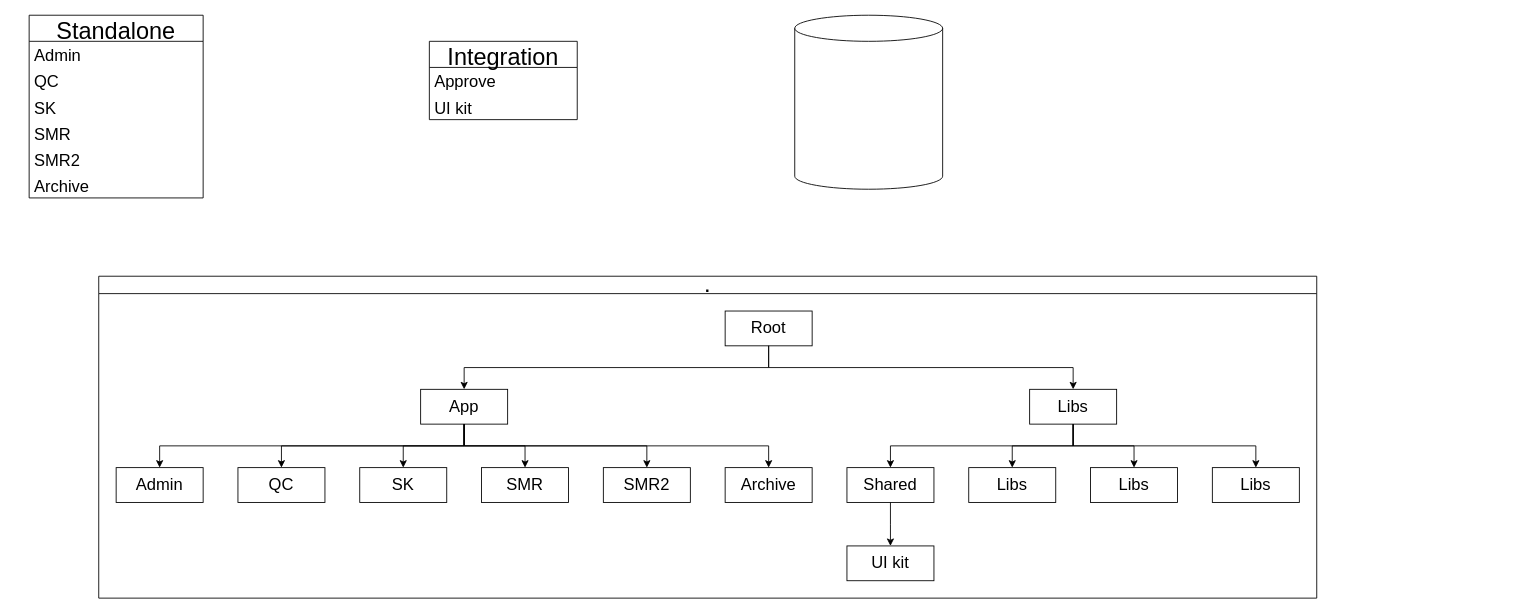
Above: Диаграмма без названия.drawio in Blisart/nx (draw.io), before the change. Source tidied: cells renumbered, new cells numbered last; positions are measured from the earlier drawing's top-left corner, leaving out a move shared by most shapes. Both pictures are drawn from the tidied source at 87%, with x=0, y=0 at pixel (29, 15).
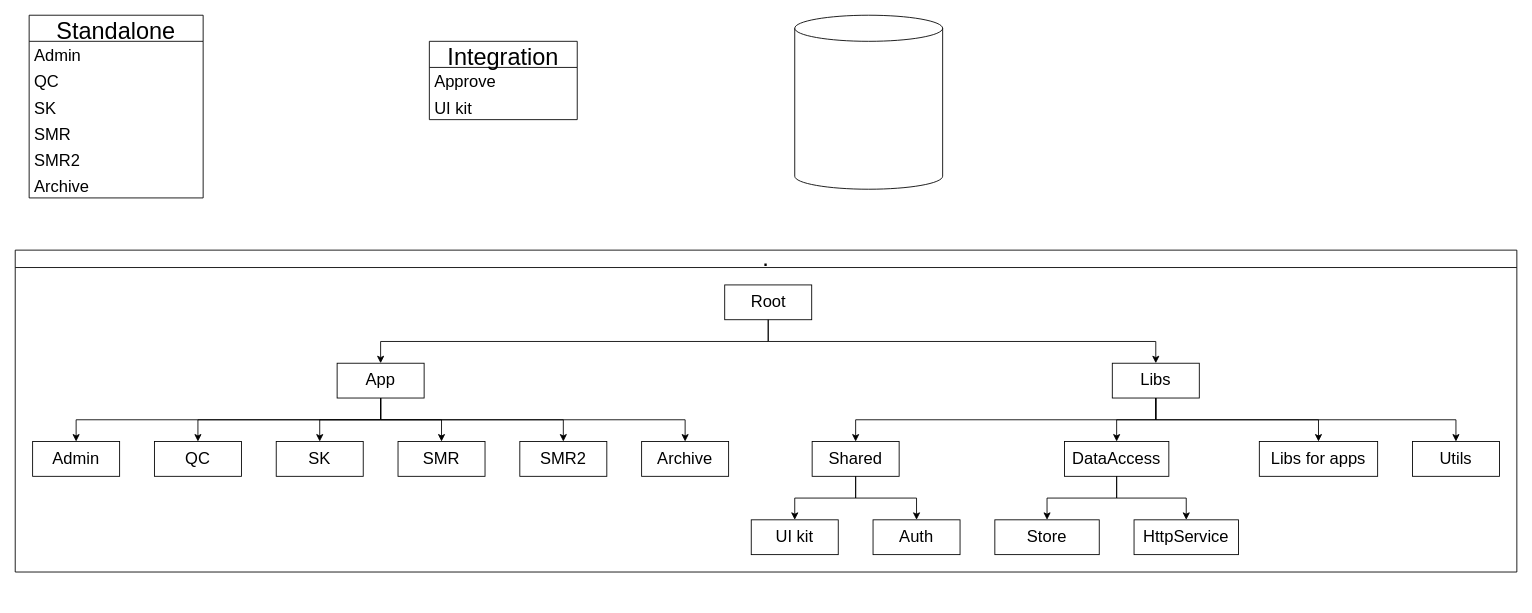
The same diagram, later.

What changed in the source:
```diff
@@
     <mxCell id="13" value="." style="swimlane;startSize=20;horizontal=1;horizontalTree=0;containerType=tree;fontFamily=Helvetica;fontSize=19;" parent="1" vertex="1">
-      <mxGeometry x="80" y="300" width="1400" height="370" as="geometry" />
+      <mxGeometry x="-16" y="270" width="1726" height="370" as="geometry" />
     </mxCell>
     <mxCell id="14" value="Root" style="whiteSpace=wrap;html=1;fontFamily=Helvetica;fontSize=19;" parent="13" vertex="1">
-      <mxGeometry x="720" y="40" width="100" height="40" as="geometry" />
+      <mxGeometry x="815.5" y="40" width="100" height="40" as="geometry" />
     </mxCell>
@@
     <mxCell id="17" value="Libs" style="whiteSpace=wrap;html=1;fontFamily=Helvetica;fontSize=19;" parent="13" vertex="1">
-      <mxGeometry x="1070" y="130" width="100" height="40" as="geometry" />
+      <mxGeometry x="1261" y="130" width="100" height="40" as="geometry" />
     </mxCell>
@@
     <mxCell id="20" value="Shared" style="whiteSpace=wrap;html=1;fontFamily=Helvetica;fontSize=19;" parent="13" vertex="1">
-      <mxGeometry x="860" y="220" width="100" height="40" as="geometry" />
+      <mxGeometry x="916" y="220" width="100" height="40" as="geometry" />
     </mxCell>
@@
     <mxCell id="22" value="UI kit" style="whiteSpace=wrap;html=1;fontFamily=Helvetica;fontSize=19;" parent="13" vertex="1">
-      <mxGeometry x="860" y="310" width="100" height="40" as="geometry" />
+      <mxGeometry x="846" y="310" width="100" height="40" as="geometry" />
     </mxCell>
@@
-    <mxCell id="32" value="Libs" style="whiteSpace=wrap;html=1;fontFamily=Helvetica;fontSize=19;" parent="13" vertex="1">
-      <mxGeometry x="1000" y="220" width="100" height="40" as="geometry" />
+    <mxCell id="32" value="DataAccess" style="whiteSpace=wrap;html=1;fontFamily=Helvetica;fontSize=19;" parent="13" vertex="1">
+      <mxGeometry x="1206" y="220" width="120" height="40" as="geometry" />
     </mxCell>
@@
-    <mxCell id="34" value="Libs" style="whiteSpace=wrap;html=1;fontFamily=Helvetica;fontSize=19;" parent="13" vertex="1">
-      <mxGeometry x="1140" y="220" width="100" height="40" as="geometry" />
+    <mxCell id="34" value="Libs for apps" style="whiteSpace=wrap;html=1;fontFamily=Helvetica;fontSize=19;" parent="13" vertex="1">
+      <mxGeometry x="1430" y="220" width="136" height="40" as="geometry" />
     </mxCell>
@@
-    <mxCell id="36" value="Libs" style="whiteSpace=wrap;html=1;fontFamily=Helvetica;fontSize=19;" parent="13" vertex="1">
-      <mxGeometry x="1280" y="220" width="100" height="40" as="geometry" />
+    <mxCell id="36" value="Utils" style="whiteSpace=wrap;html=1;fontFamily=Helvetica;fontSize=19;" parent="13" vertex="1">
+      <mxGeometry x="1606" y="220" width="100" height="40" as="geometry" />
     </mxCell>
@@
+    <mxCell id="41" style="edgeStyle=elbowEdgeStyle;elbow=vertical;html=1;rounded=0;fontFamily=Helvetica;fontSize=19;" parent="13" edge="1" source="32" target="42">
+      <mxGeometry relative="1" as="geometry" />
+    </mxCell>
+    <mxCell id="42" value="Store" style="whiteSpace=wrap;html=1;fontFamily=Helvetica;fontSize=19;" parent="13" vertex="1">
+      <mxGeometry x="1126" y="310" width="120" height="40" as="geometry" />
+    </mxCell>
+    <mxCell id="43" style="edgeStyle=elbowEdgeStyle;elbow=vertical;html=1;rounded=0;fontFamily=Helvetica;fontSize=19;" parent="13" edge="1" source="32" target="44">
+      <mxGeometry relative="1" as="geometry" />
+    </mxCell>
+    <mxCell id="44" value="HttpService" style="whiteSpace=wrap;html=1;fontFamily=Helvetica;fontSize=19;" parent="13" vertex="1">
+      <mxGeometry x="1286" y="310" width="120" height="40" as="geometry" />
+    </mxCell>
+    <mxCell id="45" style="edgeStyle=elbowEdgeStyle;elbow=vertical;html=1;rounded=0;fontFamily=Helvetica;fontSize=19;" parent="13" edge="1" source="20" target="46">
+      <mxGeometry relative="1" as="geometry" />
+    </mxCell>
+    <mxCell id="46" value="Auth" style="whiteSpace=wrap;html=1;fontFamily=Helvetica;fontSize=19;" parent="13" vertex="1">
+      <mxGeometry x="986" y="310" width="100" height="40" as="geometry" />
+    </mxCell>
```
